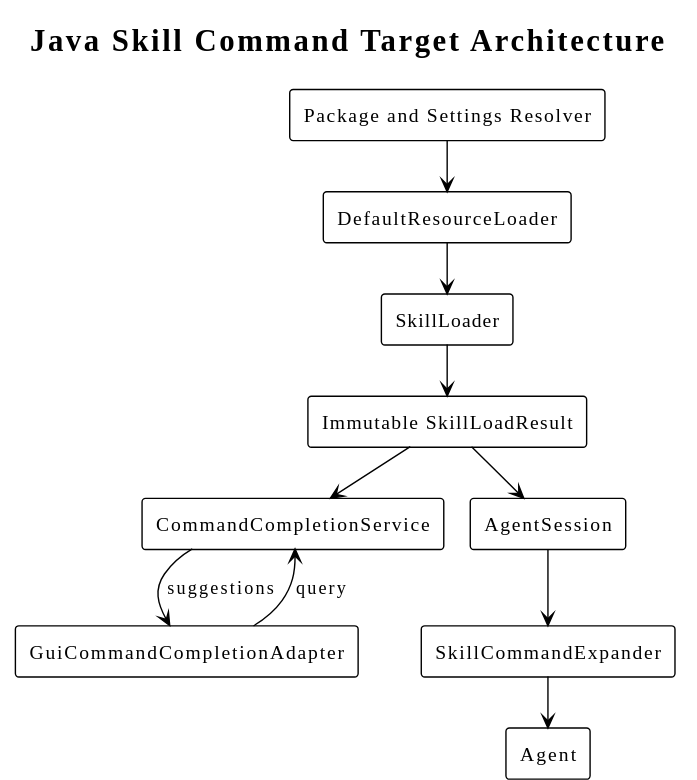
The PlantUML diagram diagrams/skill-command/05-target-architecture.svg in superheromeZzh/pi-mono-java-design, before a commit. The source it was exported from:
```plantuml
@startuml
!theme plain
!pragma layout smetana
skinparam defaultFontName "SansSerif"
skinparam shadowing false
skinparam backgroundColor transparent
title Java Skill Command Target Architecture

rectangle "Package and Settings Resolver" as PM
rectangle DefaultResourceLoader as RL
rectangle SkillLoader as LS
rectangle "Immutable SkillLoadResult" as LR
rectangle GuiCommandCompletionAdapter as GUI
rectangle CommandCompletionService as CS
rectangle AgentSession as AS
rectangle SkillCommandExpander as SE
rectangle Agent as AG

PM --> RL
RL --> LS
LS --> LR
LR --> CS
GUI --> CS : query
CS --> GUI : suggestions
LR --> AS
AS --> SE
SE --> AG
@enduml
```
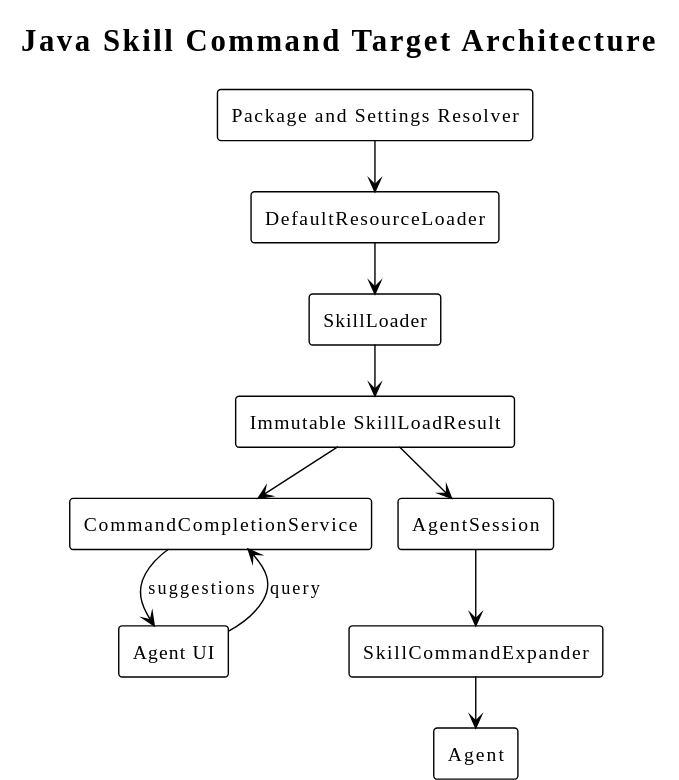
The same file after the commit.

Commit message:
docs(agent): rename GUI adapter to Agent UI

Change to the diagram source:
```diff
@@ -10,7 +10,7 @@
 rectangle DefaultResourceLoader as RL
 rectangle SkillLoader as LS
 rectangle "Immutable SkillLoadResult" as LR
-rectangle GuiCommandCompletionAdapter as GUI
+rectangle "Agent UI" as GUI
 rectangle CommandCompletionService as CS
 rectangle AgentSession as AS
 rectangle SkillCommandExpander as SE
```
